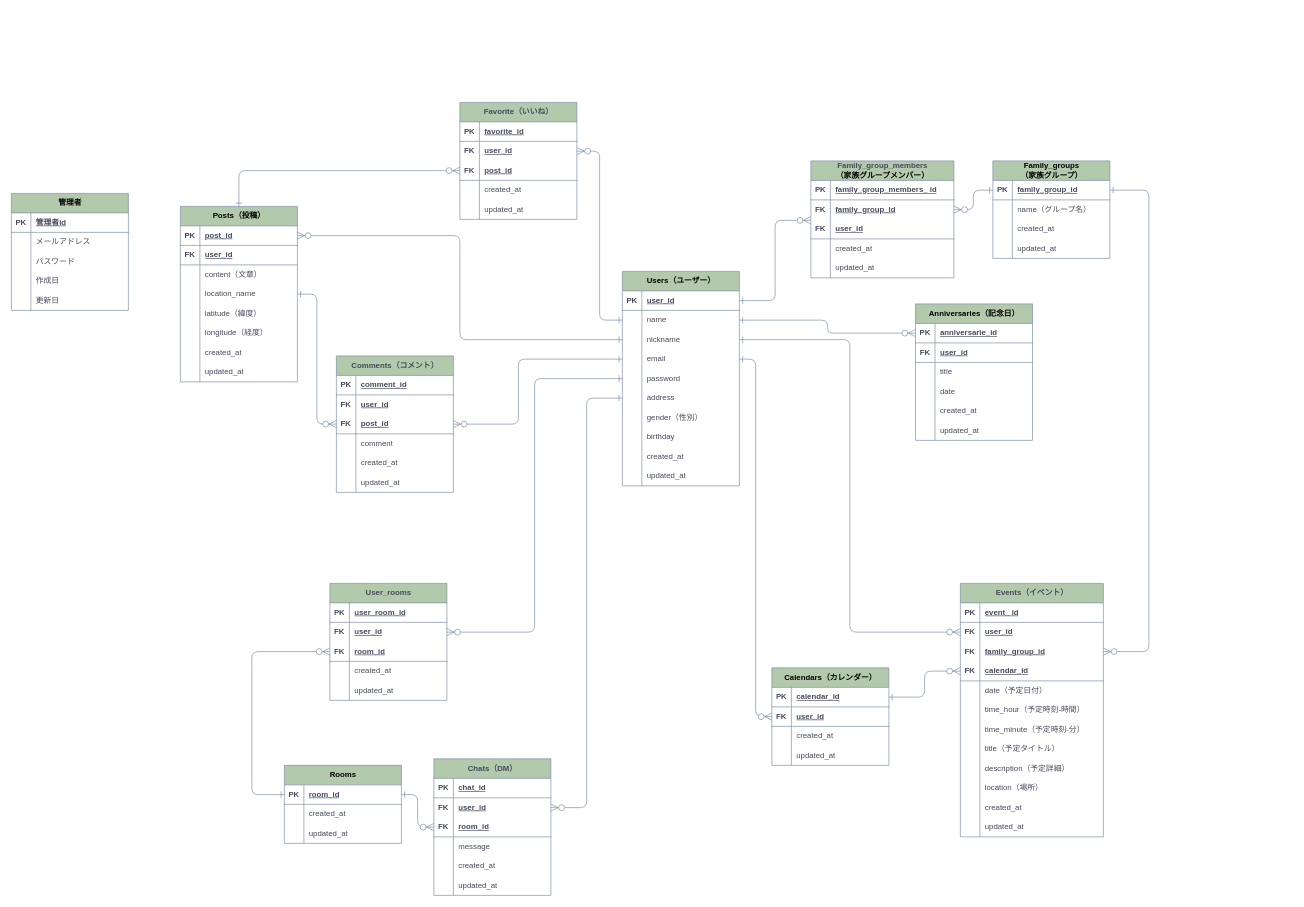
Above: 家族インフラ.drawio in Ganmo3/drawio (draw.io), before the change. Source tidied: cells renumbered, new cells numbered last; positions are measured from the earlier drawing's top-left corner, leaving out a move shared by most shapes. Both pictures are drawn from the tidied source at 65%, with x=0, y=0 at pixel (11, 102).
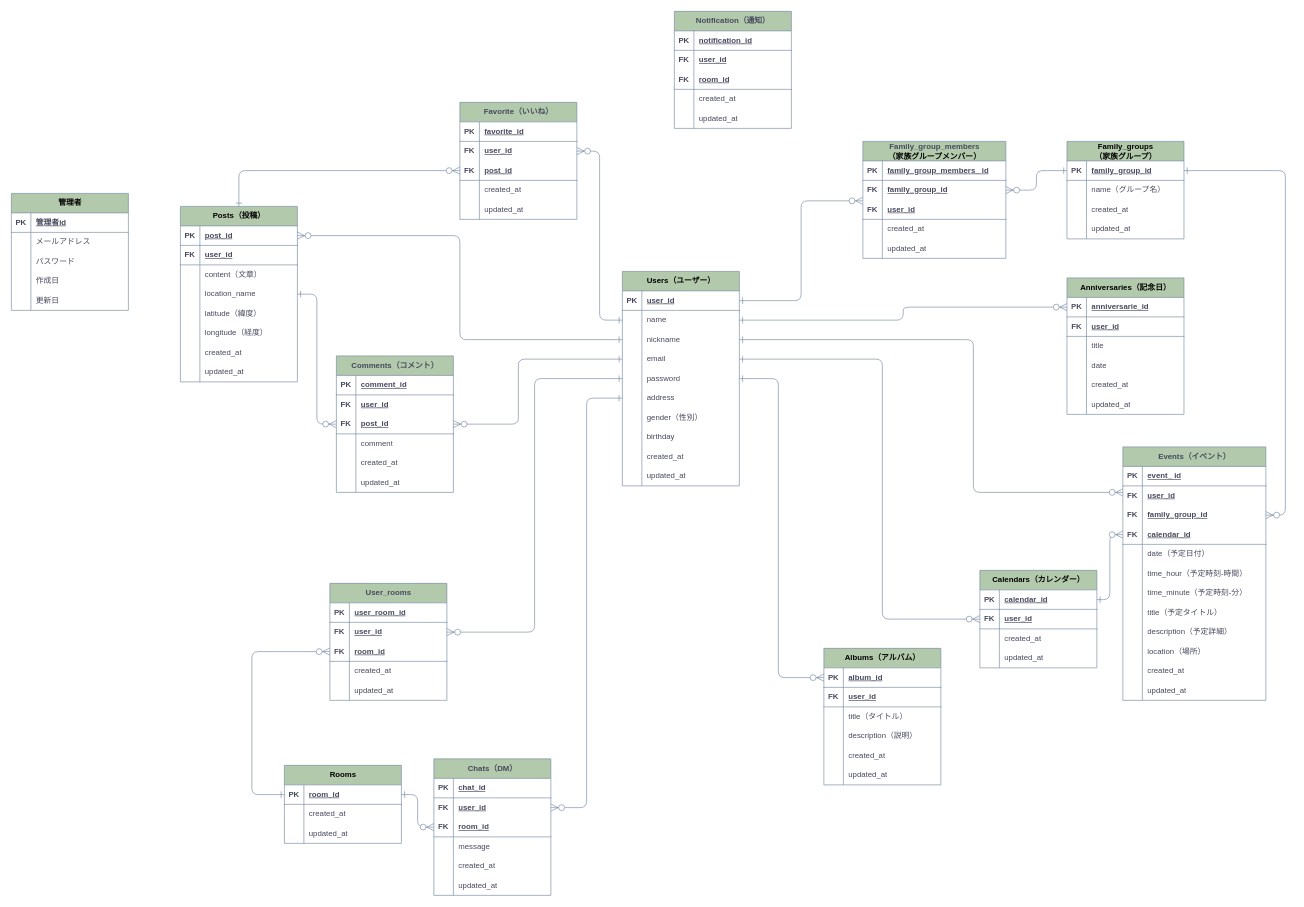
The same diagram, later.

Commit message (it also covers changes not shown here):
家族インフラ.drawio を更新します

Unchanged cells that the change refers to:
```xml
<mxCell id="25" style="shape=tableRow;horizontal=0;startSize=0;swimlaneHead=0;swimlaneBody=0;fillColor=none;points=[[0,0.5],[1,0.5]];portConstraint=eastwest;top=0;left=0;right=0;bottom=0;strokeColor=#788AA3;fontFamily=Helvetica;fontSize=12;fontColor=#46495D;html=1;labelBackgroundColor=none;" parent="18" vertex="1">
  <mxGeometry y="90" width="180" height="30" as="geometry" />
</mxCell>
<mxCell id="28" style="shape=tableRow;horizontal=0;startSize=0;swimlaneHead=0;swimlaneBody=0;fillColor=none;points=[[0,0.5],[1,0.5]];portConstraint=eastwest;top=0;left=0;right=0;bottom=0;strokeColor=#788AA3;fontFamily=Helvetica;fontSize=12;fontColor=#46495D;html=1;labelBackgroundColor=none;" parent="18" vertex="1">
  <mxGeometry y="120" width="180" height="30" as="geometry" />
</mxCell>
<mxCell id="31" style="shape=tableRow;horizontal=0;startSize=0;swimlaneHead=0;swimlaneBody=0;fillColor=none;points=[[0,0.5],[1,0.5]];portConstraint=eastwest;top=0;left=0;right=0;bottom=0;strokeColor=#788AA3;fontFamily=Helvetica;fontSize=12;fontColor=#46495D;html=1;labelBackgroundColor=none;" parent="18" vertex="1">
  <mxGeometry y="150" width="180" height="30" as="geometry" />
</mxCell>
<mxCell id="117" style="shape=tableRow;horizontal=0;startSize=0;swimlaneHead=0;swimlaneBody=0;fillColor=none;points=[[0,0.5],[1,0.5]];portConstraint=eastwest;top=0;left=0;right=0;bottom=1;strokeColor=#788AA3;fontFamily=Helvetica;fontSize=12;fontColor=#46495D;html=1;labelBackgroundColor=none;" parent="116" vertex="1">
  <mxGeometry y="30" width="180" height="30" as="geometry" />
</mxCell>
<mxCell id="136" style="shape=tableRow;horizontal=0;startSize=0;swimlaneHead=0;swimlaneBody=0;fillColor=none;points=[[0,0.5],[1,0.5]];portConstraint=eastwest;top=0;left=0;right=0;bottom=1;strokeColor=#788AA3;fontFamily=Helvetica;fontSize=12;fontColor=#46495D;html=1;labelBackgroundColor=none;" parent="132" vertex="1">
  <mxGeometry y="60" width="180" height="30" as="geometry" />
</mxCell>
<mxCell id="149" style="shape=tableRow;horizontal=0;startSize=0;swimlaneHead=0;swimlaneBody=0;fillColor=none;points=[[0,0.5],[1,0.5]];portConstraint=eastwest;top=0;left=0;right=0;bottom=0;strokeColor=#788AA3;fontFamily=Helvetica;fontSize=12;fontColor=#46495D;html=1;labelBackgroundColor=none;" parent="145" vertex="1">
  <mxGeometry y="60" width="220" height="30" as="geometry" />
</mxCell>
<mxCell id="152" style="shape=tableRow;horizontal=0;startSize=0;swimlaneHead=0;swimlaneBody=0;fillColor=none;points=[[0,0.5],[1,0.5]];portConstraint=eastwest;top=0;left=0;right=0;bottom=0;strokeColor=#788AA3;fontFamily=Helvetica;fontSize=12;fontColor=#46495D;html=1;labelBackgroundColor=none;" parent="145" vertex="1">
  <mxGeometry y="90" width="220" height="30" as="geometry" />
</mxCell>
```

What changed in the source:
```diff
@@
     <mxCell id="53" value="Family_group_members&lt;br style=&quot;border-color: var(--border-color); color: rgb(0, 0, 0);&quot;&gt;&lt;span style=&quot;color: rgb(0, 0, 0);&quot;&gt;（家族グループメンバー）&lt;/span&gt;" style="shape=table;startSize=30;childLayout=tableLayout;rowLines=0;fontStyle=1;align=center;html=1;strokeColor=#788AA3;fontFamily=Helvetica;fontSize=12;fillColor=#B2C9AB;labelBackgroundColor=none;fontColor=#46495D;" parent="1" vertex="1">
-      <mxGeometry x="1230" y="90" width="220" height="180" as="geometry" />
+      <mxGeometry x="1310" y="60" width="220" height="180" as="geometry" />
     </mxCell>
@@
     <mxCell id="70" value="&lt;font color=&quot;#000000&quot;&gt;Anniversaries（記念日）&lt;/font&gt;" style="shape=table;startSize=30;childLayout=tableLayout;rowLines=0;fontStyle=1;align=center;html=1;strokeColor=#788AA3;fontFamily=Helvetica;fontSize=12;fillColor=#B2C9AB;labelBackgroundColor=none;fontColor=#46495D;" parent="1" vertex="1">
-      <mxGeometry x="1391" y="310" width="180" height="210" as="geometry" />
+      <mxGeometry x="1624" y="270" width="180" height="210" as="geometry" />
     </mxCell>
@@
     <mxCell id="116" value="&lt;font color=&quot;#000000&quot;&gt;Family_groups&lt;br&gt;（家族グループ）&lt;/font&gt;" style="shape=table;startSize=30;childLayout=tableLayout;rowLines=0;fontStyle=1;align=center;html=1;strokeColor=#788AA3;fontFamily=Helvetica;fontSize=12;fillColor=#B2C9AB;labelBackgroundColor=none;fontColor=#46495D;" parent="1" vertex="1">
-      <mxGeometry x="1510" y="90" width="180" height="150" as="geometry" />
+      <mxGeometry x="1624" y="60" width="180" height="150" as="geometry" />
     </mxCell>
@@
     <mxCell id="132" value="&lt;font color=&quot;#000000&quot;&gt;Calendars（カレンダー）&lt;/font&gt;" style="shape=table;startSize=30;childLayout=tableLayout;rowLines=0;fontStyle=1;align=center;html=1;strokeColor=#788AA3;fontFamily=Helvetica;fontSize=12;fillColor=#B2C9AB;labelBackgroundColor=none;fontColor=#46495D;" parent="1" vertex="1">
-      <mxGeometry x="1170" y="870" width="180" height="150" as="geometry" />
+      <mxGeometry x="1490" y="720" width="180" height="150" as="geometry" />
     </mxCell>
@@
     <mxCell id="145" value="Events（イベント）" style="shape=table;startSize=30;childLayout=tableLayout;rowLines=0;fontStyle=1;align=center;html=1;strokeColor=#788AA3;fontFamily=Helvetica;fontSize=12;fillColor=#B2C9AB;labelBackgroundColor=none;fontColor=#46495D;" parent="1" vertex="1">
-      <mxGeometry x="1460" y="740" width="220" height="390" as="geometry" />
+      <mxGeometry x="1710" y="530" width="220" height="390" as="geometry" />
     </mxCell>
@@
-    <mxCell id="182" style="edgeStyle=elbowEdgeStyle;fontSize=12;html=1;endArrow=ERzeroToMany;endFill=1;fontFamily=Helvetica;fontColor=default;startSize=8;rounded=1;startArrow=ERone;startFill=0;endSize=9;labelBackgroundColor=none;strokeColor=#788AA3;" parent="1" edge="1" source="28" target="136">
-      <mxGeometry relative="1" as="geometry" />
+    <mxCell id="182" style="edgeStyle=elbowEdgeStyle;fontSize=12;html=1;endArrow=ERzeroToMany;endFill=1;fontFamily=Helvetica;fontColor=default;startSize=8;rounded=1;startArrow=ERone;startFill=0;endSize=9;labelBackgroundColor=none;strokeColor=#788AA3;entryX=0;entryY=0.5;entryDx=0;entryDy=0;" parent="1" edge="1" source="28" target="136">
+      <mxGeometry relative="1" as="geometry">
+        <Array as="points">
+          <mxPoint x="1340" y="670" />
+        </Array>
+      </mxGeometry>
     </mxCell>
     <mxCell id="183" style="edgeStyle=elbowEdgeStyle;fontSize=12;html=1;endArrow=ERzeroToMany;endFill=1;fontFamily=Helvetica;fontColor=default;startSize=8;rounded=1;startArrow=ERone;startFill=0;endSize=9;labelBackgroundColor=none;strokeColor=#788AA3;exitX=1;exitY=0.5;exitDx=0;exitDy=0;" parent="1" edge="1" source="25" target="149">
-      <mxGeometry relative="1" as="geometry" />
+      <mxGeometry relative="1" as="geometry">
+        <Array as="points">
+          <mxPoint x="1480" y="600" />
+        </Array>
+      </mxGeometry>
     </mxCell>
@@
-    <mxCell id="185" style="edgeStyle=elbowEdgeStyle;fontSize=12;html=1;endArrow=ERzeroToMany;endFill=1;rounded=1;fontFamily=Helvetica;fontColor=default;startSize=8;startArrow=ERone;startFill=0;endSize=9;labelBackgroundColor=none;strokeColor=#788AA3;exitX=1;exitY=0.5;exitDx=0;exitDy=0;" parent="1" edge="1" source="117" target="152">
+    <mxCell id="185" style="edgeStyle=elbowEdgeStyle;fontSize=12;html=1;endArrow=ERzeroToMany;endFill=1;rounded=1;fontFamily=Helvetica;fontColor=default;startSize=8;startArrow=ERone;startFill=0;endSize=9;labelBackgroundColor=none;strokeColor=#788AA3;exitX=1;exitY=0.5;exitDx=0;exitDy=0;entryX=1;entryY=0.5;entryDx=0;entryDy=0;" parent="1" edge="1" source="117" target="152">
       <mxGeometry relative="1" as="geometry">
         <Array as="points">
-          <mxPoint x="1750" y="530" />
+          <mxPoint x="1960" y="490" />
         </Array>
       </mxGeometry>
     </mxCell>
@@
+    <mxCell id="274" value="&lt;font color=&quot;#000000&quot;&gt;Albums（アルバム）&lt;/font&gt;" style="shape=table;startSize=30;childLayout=tableLayout;rowLines=0;fontStyle=1;align=center;html=1;strokeColor=#788AA3;fontFamily=Helvetica;fontSize=12;fillColor=#B2C9AB;labelBackgroundColor=none;fontColor=#46495D;" parent="1" vertex="1">
+      <mxGeometry x="1250" y="840" width="180" height="210" as="geometry" />
+    </mxCell>
+    <mxCell id="275" style="shape=tableRow;horizontal=0;startSize=0;swimlaneHead=0;swimlaneBody=0;fillColor=none;points=[[0,0.5],[1,0.5]];portConstraint=eastwest;top=0;left=0;right=0;bottom=1;strokeColor=#788AA3;fontFamily=Helvetica;fontSize=12;fontColor=#46495D;html=1;labelBackgroundColor=none;" parent="274" vertex="1">
+      <mxGeometry y="30" width="180" height="30" as="geometry" />
+    </mxCell>
+    <mxCell id="276" value="PK" style="shape=partialRectangle;fillColor=none;top=0;left=0;bottom=0;right=0;fontStyle=1;overflow=hidden;whiteSpace=wrap;html=1;strokeColor=#788AA3;fontFamily=Helvetica;fontSize=12;fontColor=#46495D;startSize=23;labelBackgroundColor=none;" parent="275" vertex="1">
+      <mxGeometry width="30" height="30" as="geometry" />
+    </mxCell>
+    <mxCell id="277" value="album_id" style="shape=partialRectangle;fillColor=none;top=0;left=0;bottom=0;right=0;align=left;spacingLeft=6;fontStyle=5;overflow=hidden;whiteSpace=wrap;html=1;strokeColor=#788AA3;fontFamily=Helvetica;fontSize=12;fontColor=#46495D;startSize=23;labelBackgroundColor=none;" parent="275" vertex="1">
+      <mxGeometry x="30" width="150" height="30" as="geometry" />
+    </mxCell>
+    <mxCell id="278" style="shape=tableRow;horizontal=0;startSize=0;swimlaneHead=0;swimlaneBody=0;fillColor=none;top=0;left=0;right=0;bottom=1;strokeColor=#788AA3;fontFamily=Helvetica;fontSize=12;fontColor=#46495D;html=1;labelBackgroundColor=none;" parent="274" vertex="1">
+      <mxGeometry y="60" width="180" height="30" as="geometry" />
+    </mxCell>
+    <mxCell id="279" value="FK" style="shape=partialRectangle;fillColor=none;top=0;left=0;bottom=0;right=0;fontStyle=1;overflow=hidden;whiteSpace=wrap;html=1;strokeColor=#788AA3;fontFamily=Helvetica;fontSize=12;fontColor=#46495D;startSize=23;labelBackgroundColor=none;" parent="278" vertex="1">
+      <mxGeometry width="30" height="30" as="geometry" />
+    </mxCell>
+    <mxCell id="280" value="user_id" style="shape=partialRectangle;fillColor=none;top=0;left=0;bottom=0;right=0;align=left;spacingLeft=6;fontStyle=5;overflow=hidden;whiteSpace=wrap;html=1;strokeColor=#788AA3;fontFamily=Helvetica;fontSize=12;fontColor=#46495D;startSize=23;labelBackgroundColor=none;" parent="278" vertex="1">
+      <mxGeometry x="30" width="150" height="30" as="geometry" />
+    </mxCell>
+    <mxCell id="281" style="shape=tableRow;horizontal=0;startSize=0;swimlaneHead=0;swimlaneBody=0;fillColor=none;top=0;left=0;right=0;bottom=0;strokeColor=#788AA3;fontFamily=Helvetica;fontSize=12;fontColor=#46495D;html=1;labelBackgroundColor=none;" parent="274" vertex="1">
+      <mxGeometry y="90" width="180" height="30" as="geometry" />
+    </mxCell>
+    <mxCell id="282" style="shape=partialRectangle;fillColor=none;top=0;left=0;bottom=0;right=0;overflow=hidden;whiteSpace=wrap;html=1;strokeColor=#788AA3;fontFamily=Helvetica;fontSize=12;fontColor=#46495D;startSize=23;labelBackgroundColor=none;" parent="281" vertex="1">
+      <mxGeometry width="30" height="30" as="geometry" />
+    </mxCell>
+    <mxCell id="283" value="title（タイトル）" style="shape=partialRectangle;fillColor=none;top=0;left=0;bottom=0;right=0;align=left;spacingLeft=6;overflow=hidden;whiteSpace=wrap;html=1;strokeColor=#788AA3;fontFamily=Helvetica;fontSize=12;fontColor=#46495D;startSize=23;labelBackgroundColor=none;" parent="281" vertex="1">
+      <mxGeometry x="30" width="150" height="30" as="geometry" />
+    </mxCell>
+    <mxCell id="284" style="shape=tableRow;horizontal=0;startSize=0;swimlaneHead=0;swimlaneBody=0;fillColor=none;top=0;left=0;right=0;bottom=0;strokeColor=#788AA3;fontFamily=Helvetica;fontSize=12;fontColor=#46495D;html=1;labelBackgroundColor=none;" parent="274" vertex="1">
+      <mxGeometry y="120" width="180" height="30" as="geometry" />
+    </mxCell>
+    <mxCell id="285" style="shape=partialRectangle;fillColor=none;top=0;left=0;bottom=0;right=0;overflow=hidden;whiteSpace=wrap;html=1;strokeColor=#788AA3;fontFamily=Helvetica;fontSize=12;fontColor=#46495D;startSize=23;labelBackgroundColor=none;" parent="284" vertex="1">
+      <mxGeometry width="30" height="30" as="geometry" />
+    </mxCell>
+    <mxCell id="286" value="description（説明）" style="shape=partialRectangle;fillColor=none;top=0;left=0;bottom=0;right=0;align=left;spacingLeft=6;overflow=hidden;whiteSpace=wrap;html=1;strokeColor=#788AA3;fontFamily=Helvetica;fontSize=12;fontColor=#46495D;startSize=23;labelBackgroundColor=none;" parent="284" vertex="1">
+      <mxGeometry x="30" width="150" height="30" as="geometry" />
+    </mxCell>
+    <mxCell id="287" style="shape=tableRow;horizontal=0;startSize=0;swimlaneHead=0;swimlaneBody=0;fillColor=none;top=0;left=0;right=0;bottom=0;strokeColor=#788AA3;fontFamily=Helvetica;fontSize=12;fontColor=#46495D;html=1;labelBackgroundColor=none;" parent="274" vertex="1">
+      <mxGeometry y="150" width="180" height="30" as="geometry" />
+    </mxCell>
+    <mxCell id="288" style="shape=partialRectangle;fillColor=none;top=0;left=0;bottom=0;right=0;overflow=hidden;whiteSpace=wrap;html=1;strokeColor=#788AA3;fontFamily=Helvetica;fontSize=12;fontColor=#46495D;startSize=23;labelBackgroundColor=none;" parent="287" vertex="1">
+      <mxGeometry width="30" height="30" as="geometry" />
+    </mxCell>
+    <mxCell id="289" value="created_at" style="shape=partialRectangle;fillColor=none;top=0;left=0;bottom=0;right=0;align=left;spacingLeft=6;overflow=hidden;whiteSpace=wrap;html=1;strokeColor=#788AA3;fontFamily=Helvetica;fontSize=12;fontColor=#46495D;startSize=23;labelBackgroundColor=none;" parent="287" vertex="1">
+      <mxGeometry x="30" width="150" height="30" as="geometry" />
+    </mxCell>
+    <mxCell id="290" style="shape=tableRow;horizontal=0;startSize=0;swimlaneHead=0;swimlaneBody=0;fillColor=none;top=0;left=0;right=0;bottom=0;strokeColor=#788AA3;fontFamily=Helvetica;fontSize=12;fontColor=#46495D;html=1;labelBackgroundColor=none;" parent="274" vertex="1">
+      <mxGeometry y="180" width="180" height="30" as="geometry" />
+    </mxCell>
+    <mxCell id="291" style="shape=partialRectangle;fillColor=none;top=0;left=0;bottom=0;right=0;overflow=hidden;whiteSpace=wrap;html=1;strokeColor=#788AA3;fontFamily=Helvetica;fontSize=12;fontColor=#46495D;startSize=23;labelBackgroundColor=none;" parent="290" vertex="1">
+      <mxGeometry width="30" height="30" as="geometry" />
+    </mxCell>
+    <mxCell id="292" value="updated_at" style="shape=partialRectangle;fillColor=none;top=0;left=0;bottom=0;right=0;align=left;spacingLeft=6;overflow=hidden;whiteSpace=wrap;html=1;strokeColor=#788AA3;fontFamily=Helvetica;fontSize=12;fontColor=#46495D;startSize=23;labelBackgroundColor=none;" parent="290" vertex="1">
+      <mxGeometry x="30" width="150" height="30" as="geometry" />
+    </mxCell>
+    <mxCell id="293" style="edgeStyle=elbowEdgeStyle;fontSize=12;html=1;endArrow=ERzeroToMany;endFill=1;fontFamily=Helvetica;fontColor=default;startSize=8;rounded=1;startArrow=ERone;startFill=0;endSize=9;labelBackgroundColor=none;strokeColor=#788AA3;entryX=0;entryY=0.5;entryDx=0;entryDy=0;exitX=1;exitY=0.5;exitDx=0;exitDy=0;" parent="1" edge="1" source="31" target="275">
+      <mxGeometry relative="1" as="geometry">
+        <Array as="points">
+          <mxPoint x="1180" y="660" />
+        </Array>
+      </mxGeometry>
+    </mxCell>
+    <mxCell id="294" value="Notification（通知）" style="shape=table;startSize=30;childLayout=tableLayout;rowLines=0;fontStyle=1;align=center;html=1;strokeColor=#788AA3;fontFamily=Helvetica;fontSize=12;fillColor=#B2C9AB;labelBackgroundColor=none;fontColor=#46495D;" parent="1" vertex="1">
+      <mxGeometry x="1020" y="-140" width="180" height="180" as="geometry" />
+    </mxCell>
+    <mxCell id="295" style="shape=tableRow;horizontal=0;startSize=0;swimlaneHead=0;swimlaneBody=0;fillColor=none;top=0;left=0;right=0;bottom=1;strokeColor=#788AA3;fontFamily=Helvetica;fontSize=12;fontColor=#46495D;html=1;labelBackgroundColor=none;" parent="294" vertex="1">
+      <mxGeometry y="30" width="180" height="30" as="geometry" />
+    </mxCell>
+    <mxCell id="296" value="PK" style="shape=partialRectangle;fillColor=none;top=0;left=0;bottom=0;right=0;fontStyle=1;overflow=hidden;whiteSpace=wrap;html=1;strokeColor=#788AA3;fontFamily=Helvetica;fontSize=12;fontColor=#46495D;startSize=23;labelBackgroundColor=none;" parent="295" vertex="1">
+      <mxGeometry width="30" height="30" as="geometry" />
+    </mxCell>
+    <mxCell id="297" value="notification_id" style="shape=partialRectangle;fillColor=none;top=0;left=0;bottom=0;right=0;align=left;spacingLeft=6;fontStyle=5;overflow=hidden;whiteSpace=wrap;html=1;strokeColor=#788AA3;fontFamily=Helvetica;fontSize=12;fontColor=#46495D;startSize=23;labelBackgroundColor=none;" parent="295" vertex="1">
+      <mxGeometry x="30" width="150" height="30" as="geometry" />
+    </mxCell>
+    <mxCell id="298" style="shape=tableRow;horizontal=0;startSize=0;swimlaneHead=0;swimlaneBody=0;fillColor=none;top=0;left=0;right=0;bottom=0;strokeColor=#788AA3;fontFamily=Helvetica;fontSize=12;fontColor=#46495D;html=1;labelBackgroundColor=none;" parent="294" vertex="1">
+      <mxGeometry y="60" width="180" height="30" as="geometry" />
+    </mxCell>
+    <mxCell id="299" value="&lt;b&gt;FK&lt;/b&gt;" style="shape=partialRectangle;fillColor=none;top=0;left=0;bottom=0;right=0;overflow=hidden;whiteSpace=wrap;html=1;strokeColor=#788AA3;fontFamily=Helvetica;fontSize=12;fontColor=#46495D;startSize=23;labelBackgroundColor=none;" parent="298" vertex="1">
+      <mxGeometry width="30" height="30" as="geometry" />
+    </mxCell>
+    <mxCell id="300" value="&lt;u&gt;&lt;b&gt;user_id&lt;/b&gt;&lt;/u&gt;" style="shape=partialRectangle;fillColor=none;top=0;left=0;bottom=0;right=0;align=left;spacingLeft=6;overflow=hidden;whiteSpace=wrap;html=1;strokeColor=#788AA3;fontFamily=Helvetica;fontSize=12;fontColor=#46495D;startSize=23;labelBackgroundColor=none;" parent="298" vertex="1">
+      <mxGeometry x="30" width="150" height="30" as="geometry" />
+    </mxCell>
+    <mxCell id="301" style="shape=tableRow;horizontal=0;startSize=0;swimlaneHead=0;swimlaneBody=0;fillColor=none;top=0;left=0;right=0;bottom=1;strokeColor=#788AA3;fontFamily=Helvetica;fontSize=12;fontColor=#46495D;html=1;labelBackgroundColor=none;" parent="294" vertex="1">
+      <mxGeometry y="90" width="180" height="30" as="geometry" />
+    </mxCell>
+    <mxCell id="302" value="FK" style="shape=partialRectangle;fillColor=none;top=0;left=0;bottom=0;right=0;fontStyle=1;overflow=hidden;whiteSpace=wrap;html=1;strokeColor=#788AA3;fontFamily=Helvetica;fontSize=12;fontColor=#46495D;startSize=23;labelBackgroundColor=none;" parent="301" vertex="1">
+      <mxGeometry width="30" height="30" as="geometry" />
+    </mxCell>
+    <mxCell id="303" value="room_id" style="shape=partialRectangle;fillColor=none;top=0;left=0;bottom=0;right=0;align=left;spacingLeft=6;fontStyle=5;overflow=hidden;whiteSpace=wrap;html=1;strokeColor=#788AA3;fontFamily=Helvetica;fontSize=12;fontColor=#46495D;startSize=23;labelBackgroundColor=none;" parent="301" vertex="1">
+      <mxGeometry x="30" width="150" height="30" as="geometry" />
+    </mxCell>
+    <mxCell id="304" style="shape=tableRow;horizontal=0;startSize=0;swimlaneHead=0;swimlaneBody=0;fillColor=none;top=0;left=0;right=0;bottom=0;strokeColor=#788AA3;fontFamily=Helvetica;fontSize=12;fontColor=#46495D;html=1;labelBackgroundColor=none;" parent="294" vertex="1">
+      <mxGeometry y="120" width="180" height="30" as="geometry" />
+    </mxCell>
+    <mxCell id="305" style="shape=partialRectangle;fillColor=none;top=0;left=0;bottom=0;right=0;overflow=hidden;whiteSpace=wrap;html=1;strokeColor=#788AA3;fontFamily=Helvetica;fontSize=12;fontColor=#46495D;startSize=23;labelBackgroundColor=none;" parent="304" vertex="1">
+      <mxGeometry width="30" height="30" as="geometry" />
+    </mxCell>
+    <mxCell id="306" value="created_at" style="shape=partialRectangle;fillColor=none;top=0;left=0;bottom=0;right=0;align=left;spacingLeft=6;overflow=hidden;whiteSpace=wrap;html=1;strokeColor=#788AA3;fontFamily=Helvetica;fontSize=12;fontColor=#46495D;startSize=23;labelBackgroundColor=none;" parent="304" vertex="1">
+      <mxGeometry x="30" width="150" height="30" as="geometry" />
+    </mxCell>
+    <mxCell id="307" style="shape=tableRow;horizontal=0;startSize=0;swimlaneHead=0;swimlaneBody=0;fillColor=none;top=0;left=0;right=0;bottom=0;strokeColor=#788AA3;fontFamily=Helvetica;fontSize=12;fontColor=#46495D;html=1;labelBackgroundColor=none;" parent="294" vertex="1">
+      <mxGeometry y="150" width="180" height="30" as="geometry" />
+    </mxCell>
+    <mxCell id="308" style="shape=partialRectangle;fillColor=none;top=0;left=0;bottom=0;right=0;overflow=hidden;whiteSpace=wrap;html=1;strokeColor=#788AA3;fontFamily=Helvetica;fontSize=12;fontColor=#46495D;startSize=23;labelBackgroundColor=none;" parent="307" vertex="1">
+      <mxGeometry width="30" height="30" as="geometry" />
+    </mxCell>
+    <mxCell id="309" value="updated_at" style="shape=partialRectangle;fillColor=none;top=0;left=0;bottom=0;right=0;align=left;spacingLeft=6;overflow=hidden;whiteSpace=wrap;html=1;strokeColor=#788AA3;fontFamily=Helvetica;fontSize=12;fontColor=#46495D;startSize=23;labelBackgroundColor=none;" parent="307" vertex="1">
+      <mxGeometry x="30" width="150" height="30" as="geometry" />
+    </mxCell>
```
